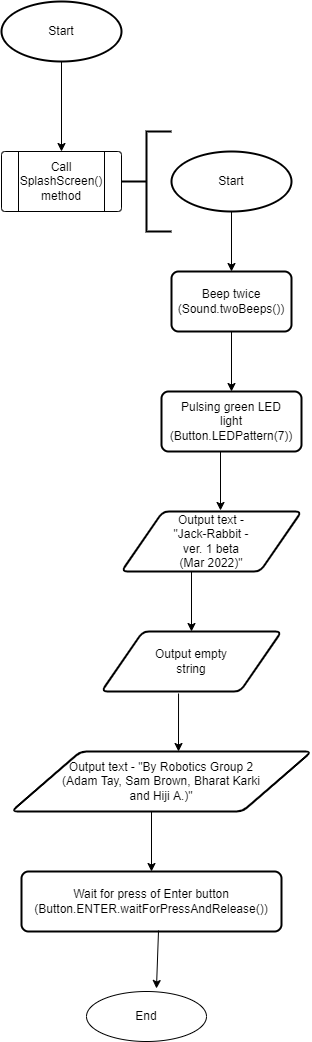
This is Final submission/ControlFlow.png from XLmT09/Bunny-Robot, a draw.io export, as it was before one commit. Source tidied: cells renumbered, new cells last; positions are measured from the earlier drawing's top-left corner, leaving out a move shared by most shapes.
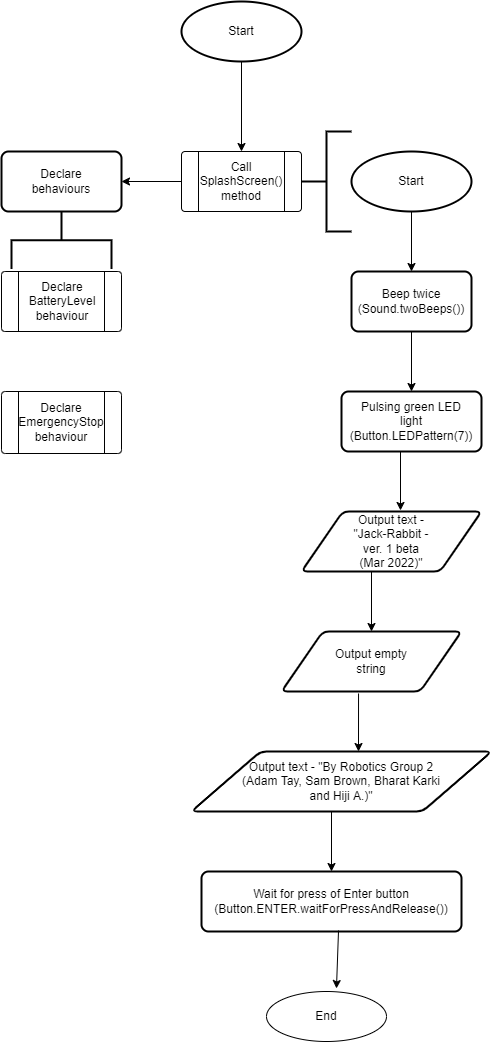
After the change.

Change to the diagram source:
```diff
@@ -121,5 +121,46 @@
     <mxCell id="38" style="endArrow=classic;html=1;rounded=0;sourcePerimeterSpacing=8;targetPerimeterSpacing=8;entryX=0.583;entryY=-0.06;entryDx=0;entryDy=0;exitX=0.527;exitY=0.983;exitDx=0;exitDy=0;entryPerimeter=0;exitPerimeter=0;" parent="1" edge="1" source="32" target="36">
       <mxGeometry relative="1" as="geometry" />
     </mxCell>
+    <mxCell id="39" style="endArrow=classic;html=1;rounded=0;sourcePerimeterSpacing=8;targetPerimeterSpacing=8;exitX=0;exitY=0.5;exitDx=0;exitDy=0;" parent="1" edge="1" source="3">
+      <mxGeometry relative="1" as="geometry">
+        <mxPoint x="-60" y="180" as="targetPoint" />
+      </mxGeometry>
+    </mxCell>
+    <mxCell id="40" style="group;" parent="1" vertex="1">
+      <mxGeometry x="-180" y="150" width="120" height="117.5" as="geometry" />
+    </mxCell>
+    <mxCell id="41" style="group;" parent="40" vertex="1">
+      <mxGeometry width="120" height="60" as="geometry" />
+    </mxCell>
+    <mxCell id="42" style="group;" parent="41" vertex="1">
+      <mxGeometry width="120" height="60" as="geometry" />
+    </mxCell>
+    <mxCell id="43" style="rounded=1;whiteSpace=wrap;html=1;absoluteArcSize=1;arcSize=14;strokeWidth=2;hachureGap=4;" parent="42" vertex="1">
+      <mxGeometry width="120" height="60" as="geometry" />
+    </mxCell>
+    <mxCell id="44" value="Declare behaviours" style="text;strokeColor=none;fillColor=none;html=1;align=center;verticalAlign=middle;whiteSpace=wrap;rounded=0;hachureGap=4;" parent="42" vertex="1">
+      <mxGeometry x="30" y="15" width="60" height="30" as="geometry" />
+    </mxCell>
+    <mxCell id="45" style="strokeWidth=2;html=1;shape=mxgraph.flowchart.annotation_2;align=left;labelPosition=right;hachureGap=4;rotation=90;" parent="40" vertex="1">
+      <mxGeometry x="31.2" y="38.8" width="57.5" height="100" as="geometry" />
+    </mxCell>
+    <mxCell id="46" style="group;" parent="1" vertex="1">
+      <mxGeometry x="-180" y="390" width="120" height="62" as="geometry" />
+    </mxCell>
+    <mxCell id="47" style="verticalLabelPosition=bottom;verticalAlign=top;html=1;shape=process;whiteSpace=wrap;rounded=1;size=0.14;arcSize=6;hachureGap=4;" parent="46" vertex="1">
+      <mxGeometry width="120" height="62" as="geometry" />
+    </mxCell>
+    <mxCell id="48" value="Declare EmergencyStop behaviour" style="text;strokeColor=none;fillColor=none;html=1;align=center;verticalAlign=middle;whiteSpace=wrap;rounded=0;hachureGap=4;" parent="46" vertex="1">
+      <mxGeometry x="30" y="16" width="60" height="30" as="geometry" />
+    </mxCell>
+    <mxCell id="49" style="group;" parent="1" vertex="1">
+      <mxGeometry x="-180" y="270" width="120" height="60" as="geometry" />
+    </mxCell>
+    <mxCell id="50" style="verticalLabelPosition=bottom;verticalAlign=top;html=1;shape=process;whiteSpace=wrap;rounded=1;size=0.14;arcSize=6;hachureGap=4;" parent="49" vertex="1">
+      <mxGeometry width="120" height="60" as="geometry" />
+    </mxCell>
+    <mxCell id="51" value="Declare BatteryLevel behaviour" style="text;strokeColor=none;fillColor=none;html=1;align=center;verticalAlign=middle;whiteSpace=wrap;rounded=0;hachureGap=4;" parent="49" vertex="1">
+      <mxGeometry x="31" y="15" width="60" height="30" as="geometry" />
+    </mxCell>
   </root>
 </mxGraphModel>
```
